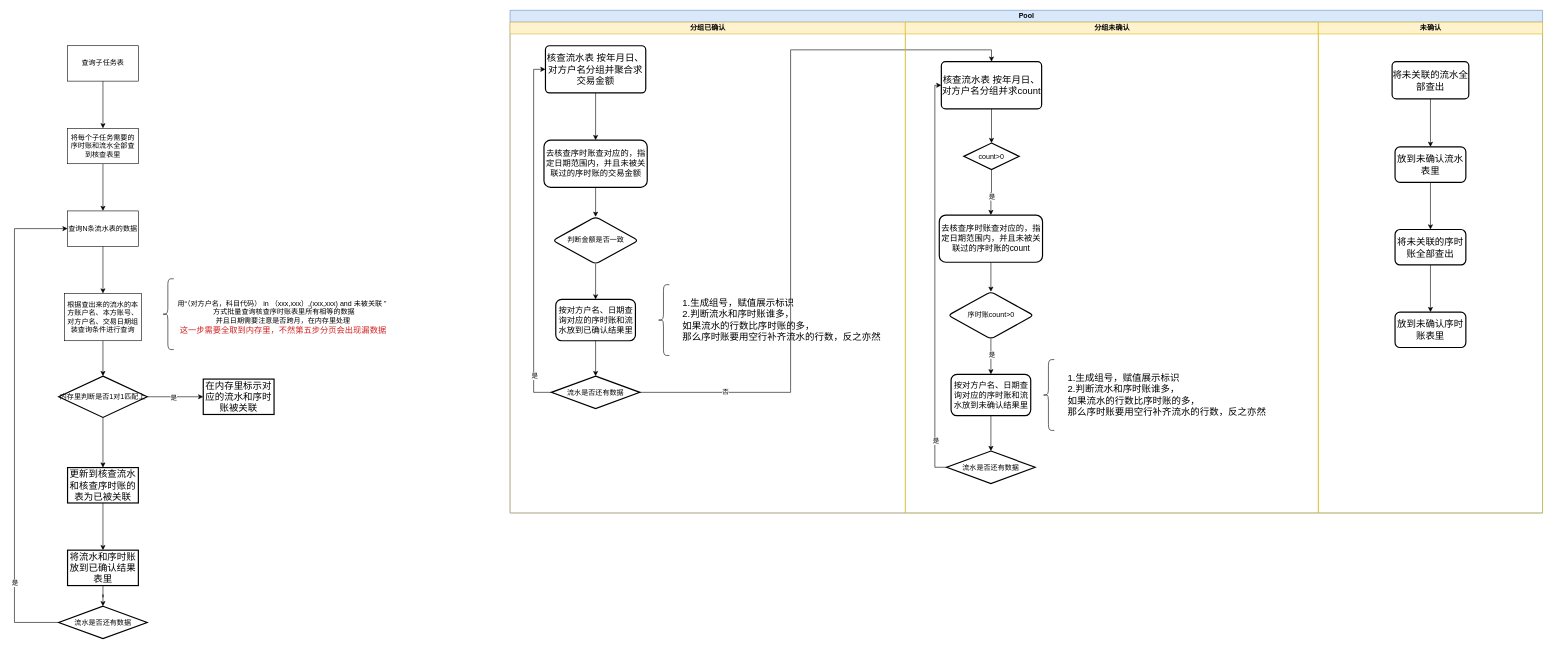
Earlier version of the draw.io diagram 双向核查.drawio (wangzl0927/flow_diagrams). Source tidied: cells renumbered, new cells numbered last; positions are measured from the earlier drawing's top-left corner, leaving out a move shared by most shapes. Both pictures are drawn from the tidied source at 59%, with x=0, y=0 at pixel (14, 10).
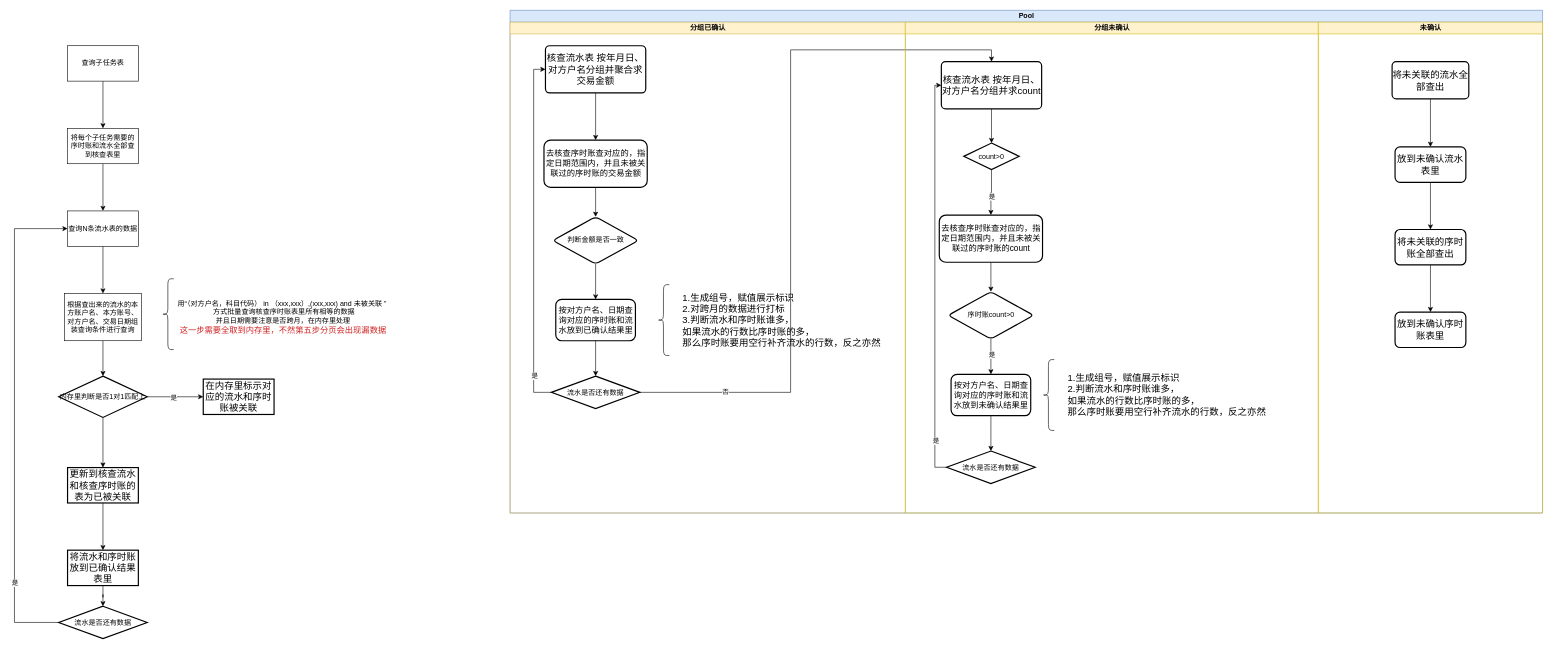
Above is the later version.

Commit message:
更新双向核查.drawio

Change to the diagram source:
```diff
@@
-    <mxCell id="32" value="&lt;div style=&quot;text-align: left;&quot;&gt;&lt;span style=&quot;background-color: initial; font-size: 16px;&quot;&gt;1.生成组号，赋值展示标识&lt;/span&gt;&lt;/div&gt;&lt;span style=&quot;background-color: initial;&quot; class=&quot;ne-text&quot;&gt;&lt;div style=&quot;text-align: left;&quot;&gt;&lt;span style=&quot;background-color: initial;&quot; class=&quot;ne-text&quot;&gt;&lt;span style=&quot;font-size: 16px;&quot;&gt;2.判断流水和序时账谁多，&lt;/span&gt;&lt;/span&gt;&lt;/div&gt;&lt;div style=&quot;text-align: left;&quot;&gt;&lt;span style=&quot;background-color: initial; font-size: 16px;&quot;&gt;如果流水的行数比序时账的多，&lt;/span&gt;&lt;/div&gt;&lt;div style=&quot;text-align: left;&quot;&gt;&lt;span style=&quot;background-color: initial; font-size: 16px;&quot;&gt;那么序时账要用空行补齐流水的行数，反之亦然&lt;/span&gt;&lt;/div&gt;&lt;/span&gt;" style="text;html=1;align=center;verticalAlign=middle;strokeColor=none;fillColor=none;" parent="1" vertex="1">
-      <mxGeometry x="1120" y="480" width="360" height="90" as="geometry" />
+    <mxCell id="32" value="&lt;div style=&quot;text-align: left;&quot;&gt;&lt;span style=&quot;background-color: initial; font-size: 16px;&quot;&gt;1.生成组号，赋值展示标识&lt;/span&gt;&lt;/div&gt;&lt;div style=&quot;text-align: left;&quot;&gt;&lt;span style=&quot;background-color: initial; font-size: 16px;&quot;&gt;2.对跨月的数据进行打标&lt;/span&gt;&lt;/div&gt;&lt;span style=&quot;background-color: initial;&quot; class=&quot;ne-text&quot;&gt;&lt;div style=&quot;text-align: left;&quot;&gt;&lt;span style=&quot;background-color: initial;&quot; class=&quot;ne-text&quot;&gt;&lt;span style=&quot;font-size: 16px;&quot;&gt;3.判断流水和序时账谁多，&lt;/span&gt;&lt;/span&gt;&lt;/div&gt;&lt;div style=&quot;text-align: left;&quot;&gt;&lt;span style=&quot;background-color: initial; font-size: 16px;&quot;&gt;如果流水的行数比序时账的多，&lt;/span&gt;&lt;/div&gt;&lt;div style=&quot;text-align: left;&quot;&gt;&lt;span style=&quot;background-color: initial; font-size: 16px;&quot;&gt;那么序时账要用空行补齐流水的行数，反之亦然&lt;/span&gt;&lt;/div&gt;&lt;/span&gt;" style="text;html=1;align=center;verticalAlign=middle;strokeColor=none;fillColor=none;" parent="1" vertex="1">
+      <mxGeometry x="1120" y="470" width="360" height="110" as="geometry" />
     </mxCell>
```
